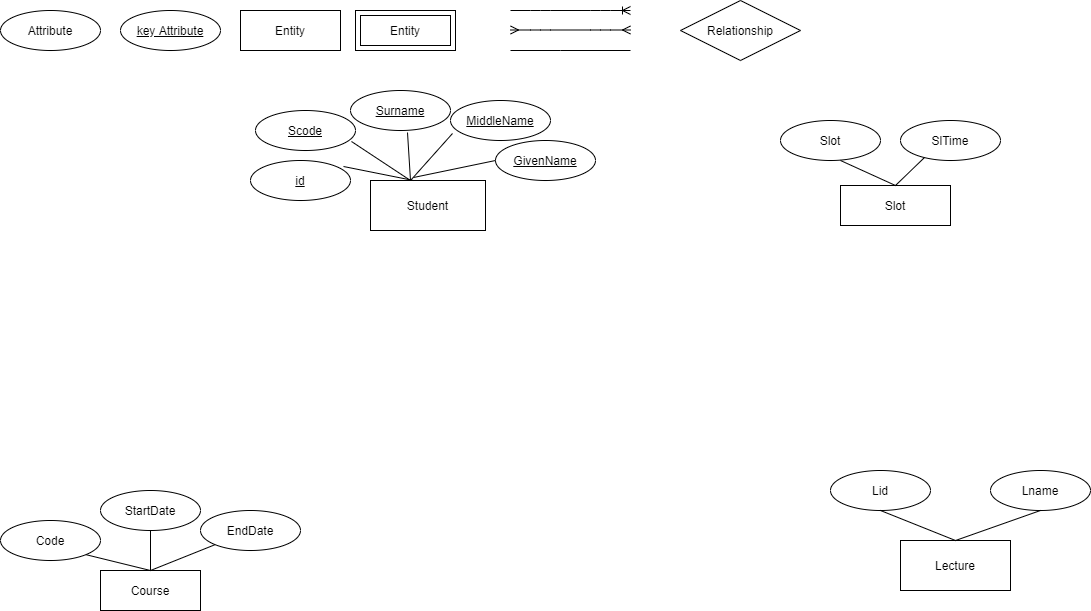
The draw.io diagram Entity Relationship Diagram.png in xtruong88/DBI202-MyAssignment, before a commit. Source tidied: cells renumbered, new cells last; positions are measured from the earlier drawing's top-left corner, leaving out a move shared by most shapes.
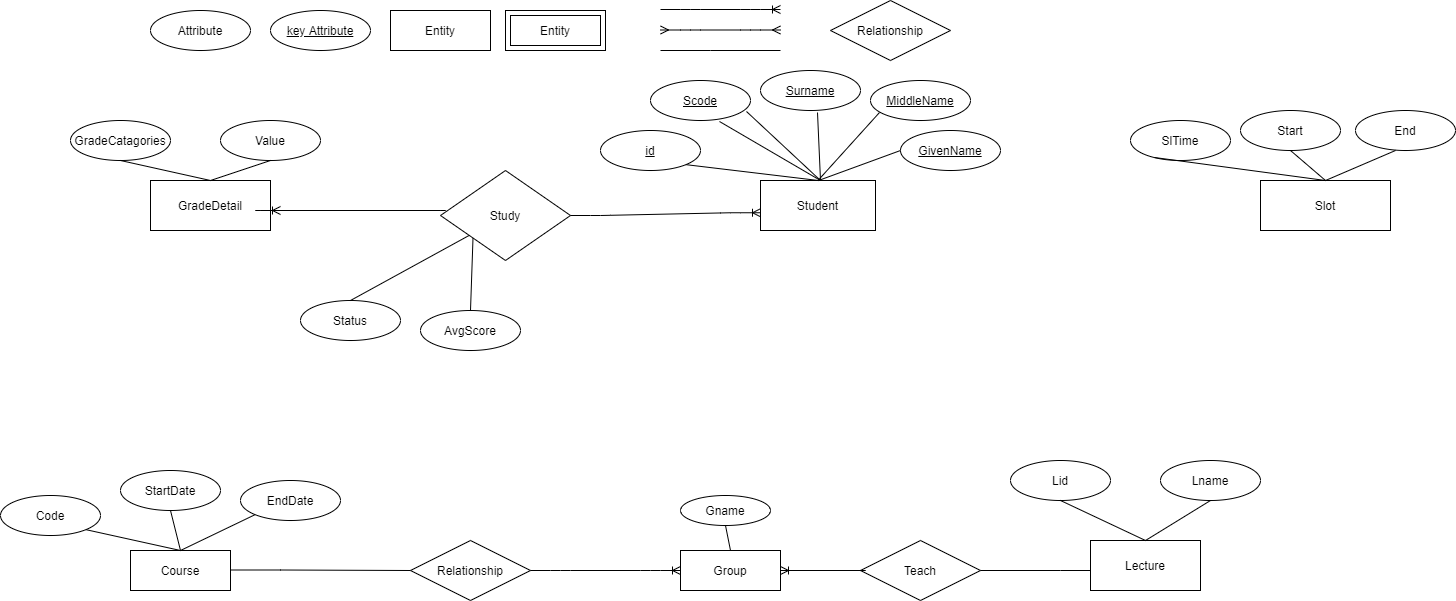
After the change.

Diff of the diagram source:
```diff
@@ -17,12 +17,6 @@
     <mxCell id="6" value="Relationship" style="shape=rhombus;perimeter=rhombusPerimeter;whiteSpace=wrap;html=1;align=center;" parent="1" vertex="1">
       <mxGeometry x="680" width="120" height="60" as="geometry" />
     </mxCell>
-    <mxCell id="7" style="edgeStyle=entityRelationEdgeStyle;fontSize=12;html=1;endArrow=ERoneToMany;" parent="1" edge="1">
-      <mxGeometry relative="1" as="geometry">
-        <mxPoint x="510" y="10" as="sourcePoint" />
-        <mxPoint x="630" y="10" as="targetPoint" />
-      </mxGeometry>
-    </mxCell>
     <mxCell id="8" style="edgeStyle=entityRelationEdgeStyle;fontSize=12;html=1;endArrow=ERmany;startArrow=ERmany;" parent="1" edge="1">
       <mxGeometry relative="1" as="geometry">
         <mxPoint x="510" y="29.5" as="sourcePoint" />
@@ -39,55 +33,59 @@
       </mxGeometry>
     </mxCell>
     <mxCell id="10" value="Student" style="whiteSpace=wrap;html=1;align=center;" parent="1" vertex="1">
-      <mxGeometry x="370" y="180" width="115" height="50" as="geometry" />
+      <mxGeometry x="610" y="180" width="115" height="50" as="geometry" />
     </mxCell>
     <mxCell id="11" value="id" style="ellipse;whiteSpace=wrap;html=1;align=center;fontStyle=4;" parent="1" vertex="1">
-      <mxGeometry x="250" y="160" width="100" height="40" as="geometry" />
+      <mxGeometry x="450" y="130" width="100" height="40" as="geometry" />
     </mxCell>
     <mxCell id="12" value="Surname" style="ellipse;whiteSpace=wrap;html=1;align=center;fontStyle=4;" parent="1" vertex="1">
-      <mxGeometry x="350" y="90" width="100" height="40" as="geometry" />
+      <mxGeometry x="610" y="70" width="100" height="40" as="geometry" />
     </mxCell>
     <mxCell id="13" value="MiddleName" style="ellipse;whiteSpace=wrap;html=1;align=center;fontStyle=4;" parent="1" vertex="1">
-      <mxGeometry x="450" y="100" width="100" height="40" as="geometry" />
+      <mxGeometry x="720" y="80" width="100" height="40" as="geometry" />
     </mxCell>
     <mxCell id="14" value="Scode" style="ellipse;whiteSpace=wrap;html=1;align=center;fontStyle=4;" parent="1" vertex="1">
-      <mxGeometry x="255" y="110" width="100" height="40" as="geometry" />
+      <mxGeometry x="500" y="80" width="100" height="40" as="geometry" />
     </mxCell>
     <mxCell id="15" value="GivenName" style="ellipse;whiteSpace=wrap;html=1;align=center;fontStyle=4;" parent="1" vertex="1">
-      <mxGeometry x="495" y="140" width="100" height="40" as="geometry" />
+      <mxGeometry x="750" y="130" width="100" height="40" as="geometry" />
     </mxCell>
     <mxCell id="16" style="endArrow=none;html=1;rounded=0;exitX=0.57;exitY=1.05;exitDx=0;exitDy=0;exitPerimeter=0;" parent="1" edge="1" source="12">
       <mxGeometry relative="1" as="geometry">
-        <mxPoint x="410" y="180" as="targetPoint" />
+        <mxPoint x="670" y="180" as="targetPoint" />
       </mxGeometry>
     </mxCell>
-    <mxCell id="17" style="endArrow=none;html=1;rounded=0;exitX=0.96;exitY=0.775;exitDx=0;exitDy=0;exitPerimeter=0;" parent="1" edge="1" source="14">
+    <mxCell id="17" style="endArrow=none;html=1;rounded=0;exitX=0.96;exitY=0.775;exitDx=0;exitDy=0;exitPerimeter=0;entryX=0.69;entryY=1.025;entryDx=0;entryDy=0;entryPerimeter=0;" parent="1" edge="1" source="14" target="14">
       <mxGeometry relative="1" as="geometry">
-        <mxPoint x="410" y="180" as="targetPoint" />
+        <Array as="points">
+          <mxPoint x="670" y="180" />
+        </Array>
       </mxGeometry>
     </mxCell>
-    <mxCell id="18" style="endArrow=none;html=1;rounded=0;exitX=0.93;exitY=0.15;exitDx=0;exitDy=0;entryX=0.374;entryY=0;entryDx=0;entryDy=0;entryPerimeter=0;exitPerimeter=0;" parent="1" edge="1" source="11" target="10">
-      <mxGeometry relative="1" as="geometry" />
+    <mxCell id="18" style="endArrow=none;html=1;rounded=0;exitX=1;exitY=1;exitDx=0;exitDy=0;" parent="1" edge="1" source="11">
+      <mxGeometry relative="1" as="geometry">
+        <mxPoint x="668" y="180" as="targetPoint" />
+      </mxGeometry>
     </mxCell>
-    <mxCell id="19" style="endArrow=none;html=1;rounded=0;exitX=0.02;exitY=0.825;exitDx=0;exitDy=0;exitPerimeter=0;" parent="1" edge="1" source="13">
-      <mxGeometry relative="1" as="geometry">
-        <mxPoint x="410" y="180" as="targetPoint" />
-      </mxGeometry>
+    <mxCell id="19" style="endArrow=none;html=1;rounded=0;exitX=0.09;exitY=0.8;exitDx=0;exitDy=0;exitPerimeter=0;entryX=0.5;entryY=0;entryDx=0;entryDy=0;" parent="1" edge="1" source="13" target="10">
+      <mxGeometry relative="1" as="geometry" />
     </mxCell>
-    <mxCell id="20" style="endArrow=none;html=1;rounded=0;entryX=0.374;entryY=-0.06;entryDx=0;entryDy=0;entryPerimeter=0;exitX=0;exitY=0.5;exitDx=0;exitDy=0;" parent="1" edge="1" source="15" target="10">
-      <mxGeometry relative="1" as="geometry" />
+    <mxCell id="20" style="endArrow=none;html=1;rounded=0;exitX=0;exitY=0.5;exitDx=0;exitDy=0;" parent="1" edge="1" source="15">
+      <mxGeometry relative="1" as="geometry">
+        <mxPoint x="668" y="180" as="targetPoint" />
+      </mxGeometry>
     </mxCell>
     <mxCell id="21" value="Course" style="whiteSpace=wrap;html=1;align=center;" parent="1" vertex="1">
-      <mxGeometry x="100" y="570" width="100" height="40" as="geometry" />
+      <mxGeometry x="-20" y="550" width="100" height="40" as="geometry" />
     </mxCell>
     <mxCell id="22" value="Code" style="ellipse;whiteSpace=wrap;html=1;align=center;" parent="1" vertex="1">
-      <mxGeometry y="520" width="100" height="40" as="geometry" />
+      <mxGeometry x="-150" y="495" width="100" height="40" as="geometry" />
     </mxCell>
     <mxCell id="23" value="EndDate" style="ellipse;whiteSpace=wrap;html=1;align=center;" parent="1" vertex="1">
-      <mxGeometry x="200" y="510" width="100" height="40" as="geometry" />
+      <mxGeometry x="90" y="480" width="100" height="40" as="geometry" />
     </mxCell>
     <mxCell id="24" value="StartDate" style="ellipse;whiteSpace=wrap;html=1;align=center;" parent="1" vertex="1">
-      <mxGeometry x="100" y="490" width="100" height="40" as="geometry" />
+      <mxGeometry x="-30" y="470" width="100" height="40" as="geometry" />
     </mxCell>
     <mxCell id="25" style="endArrow=none;html=1;rounded=0;entryX=0.5;entryY=0;entryDx=0;entryDy=0;exitX=1;exitY=1;exitDx=0;exitDy=0;" parent="1" edge="1" source="22" target="21">
       <mxGeometry relative="1" as="geometry" />
@@ -99,30 +97,28 @@
       <mxGeometry relative="1" as="geometry" />
     </mxCell>
     <mxCell id="28" value="Slot" style="whiteSpace=wrap;html=1;align=center;" parent="1" vertex="1">
-      <mxGeometry x="840" y="185" width="110" height="40" as="geometry" />
+      <mxGeometry x="1110" y="180" width="130" height="50" as="geometry" />
     </mxCell>
-    <mxCell id="29" value="Slot" style="ellipse;whiteSpace=wrap;html=1;align=center;" parent="1" vertex="1">
-      <mxGeometry x="780" y="120" width="100" height="40" as="geometry" />
+    <mxCell id="29" value="Start" style="ellipse;whiteSpace=wrap;html=1;align=center;" parent="1" vertex="1">
+      <mxGeometry x="1090" y="110" width="100" height="40" as="geometry" />
     </mxCell>
     <mxCell id="30" value="SlTime" style="ellipse;whiteSpace=wrap;html=1;align=center;" parent="1" vertex="1">
-      <mxGeometry x="900" y="120" width="100" height="40" as="geometry" />
+      <mxGeometry x="980" y="120" width="100" height="40" as="geometry" />
     </mxCell>
-    <mxCell id="31" style="endArrow=none;html=1;rounded=0;entryX=0.5;entryY=0;entryDx=0;entryDy=0;" parent="1" edge="1" target="28">
-      <mxGeometry relative="1" as="geometry">
-        <mxPoint x="840" y="160" as="sourcePoint" />
-      </mxGeometry>
+    <mxCell id="31" style="endArrow=none;html=1;rounded=0;entryX=0.5;entryY=0;entryDx=0;entryDy=0;exitX=0.5;exitY=1;exitDx=0;exitDy=0;" parent="1" edge="1" source="29" target="28">
+      <mxGeometry relative="1" as="geometry" />
     </mxCell>
     <mxCell id="32" style="endArrow=none;html=1;rounded=0;exitX=0.24;exitY=0.925;exitDx=0;exitDy=0;entryX=0.5;entryY=0;entryDx=0;entryDy=0;exitPerimeter=0;" parent="1" edge="1" source="30" target="28">
       <mxGeometry relative="1" as="geometry" />
     </mxCell>
     <mxCell id="33" value="Lecture" style="whiteSpace=wrap;html=1;align=center;" parent="1" vertex="1">
-      <mxGeometry x="900" y="540" width="110" height="50" as="geometry" />
+      <mxGeometry x="940" y="540" width="110" height="50" as="geometry" />
     </mxCell>
     <mxCell id="34" value="Lid" style="ellipse;whiteSpace=wrap;html=1;align=center;" parent="1" vertex="1">
-      <mxGeometry x="830" y="470" width="100" height="40" as="geometry" />
+      <mxGeometry x="860" y="460" width="100" height="40" as="geometry" />
     </mxCell>
     <mxCell id="35" value="Lname" style="ellipse;whiteSpace=wrap;html=1;align=center;" parent="1" vertex="1">
-      <mxGeometry x="990" y="470" width="100" height="40" as="geometry" />
+      <mxGeometry x="1010" y="460" width="100" height="40" as="geometry" />
     </mxCell>
     <mxCell id="36" style="endArrow=none;html=1;rounded=0;entryX=0.5;entryY=0;entryDx=0;entryDy=0;exitX=0.5;exitY=1;exitDx=0;exitDy=0;" parent="1" edge="1" source="34" target="33">
       <mxGeometry relative="1" as="geometry" />
@@ -130,5 +126,99 @@
     <mxCell id="37" style="endArrow=none;html=1;rounded=0;exitX=0.5;exitY=1;exitDx=0;exitDy=0;entryX=0.5;entryY=0;entryDx=0;entryDy=0;" parent="1" edge="1" source="35" target="33">
       <mxGeometry relative="1" as="geometry" />
     </mxCell>
+    <mxCell id="38" value="End" style="ellipse;whiteSpace=wrap;html=1;align=center;" parent="1" vertex="1">
+      <mxGeometry x="1205" y="110" width="100" height="40" as="geometry" />
+    </mxCell>
+    <mxCell id="39" style="endArrow=none;html=1;rounded=0;entryX=0.4;entryY=1;entryDx=0;entryDy=0;entryPerimeter=0;exitX=0.5;exitY=0;exitDx=0;exitDy=0;" parent="1" edge="1" source="28" target="38">
+      <mxGeometry relative="1" as="geometry" />
+    </mxCell>
+    <mxCell id="40" value="GradeDetail" style="whiteSpace=wrap;html=1;align=center;" parent="1" vertex="1">
+      <mxGeometry y="180" width="120" height="50" as="geometry" />
+    </mxCell>
+    <mxCell id="41" value="GradeCatagories" style="ellipse;whiteSpace=wrap;html=1;align=center;" parent="1" vertex="1">
+      <mxGeometry x="-80" y="120" width="100" height="40" as="geometry" />
+    </mxCell>
+    <mxCell id="42" value="Value" style="ellipse;whiteSpace=wrap;html=1;align=center;" parent="1" vertex="1">
+      <mxGeometry x="70" y="120" width="100" height="40" as="geometry" />
+    </mxCell>
+    <mxCell id="43" style="endArrow=none;html=1;rounded=0;entryX=0.5;entryY=0;entryDx=0;entryDy=0;" parent="1" edge="1" target="40">
+      <mxGeometry relative="1" as="geometry">
+        <mxPoint x="-30" y="160" as="sourcePoint" />
+      </mxGeometry>
+    </mxCell>
+    <mxCell id="44" style="endArrow=none;html=1;rounded=0;exitX=0.5;exitY=1;exitDx=0;exitDy=0;entryX=0.5;entryY=0;entryDx=0;entryDy=0;" parent="1" edge="1" source="42" target="40">
+      <mxGeometry relative="1" as="geometry" />
+    </mxCell>
+    <mxCell id="45" value="Group" style="whiteSpace=wrap;html=1;align=center;" parent="1" vertex="1">
+      <mxGeometry x="530" y="550" width="100" height="40" as="geometry" />
+    </mxCell>
+    <mxCell id="46" value="Gname" style="ellipse;whiteSpace=wrap;html=1;align=center;" parent="1" vertex="1">
+      <mxGeometry x="530" y="495" width="90" height="30" as="geometry" />
+    </mxCell>
+    <mxCell id="47" style="endArrow=none;html=1;rounded=0;entryX=0.5;entryY=0;entryDx=0;entryDy=0;exitX=0.5;exitY=1;exitDx=0;exitDy=0;" parent="1" edge="1" source="46" target="45">
+      <mxGeometry relative="1" as="geometry" />
+    </mxCell>
+    <mxCell id="48" value="Study" style="shape=rhombus;perimeter=rhombusPerimeter;whiteSpace=wrap;html=1;align=center;" parent="1" vertex="1">
+      <mxGeometry x="290" y="170" width="130" height="90" as="geometry" />
+    </mxCell>
+    <mxCell id="49" value="Status" style="ellipse;whiteSpace=wrap;html=1;align=center;" parent="1" vertex="1">
+      <mxGeometry x="150" y="300" width="100" height="40" as="geometry" />
+    </mxCell>
+    <mxCell id="50" value="AvgScore" style="ellipse;whiteSpace=wrap;html=1;align=center;" parent="1" vertex="1">
+      <mxGeometry x="270" y="310" width="100" height="40" as="geometry" />
+    </mxCell>
+    <mxCell id="51" style="edgeStyle=entityRelationEdgeStyle;fontSize=12;html=1;endArrow=ERoneToMany;exitX=1;exitY=0.5;exitDx=0;exitDy=0;" parent="1" edge="1" source="48">
+      <mxGeometry relative="1" as="geometry">
+        <mxPoint x="610" y="212.2" as="targetPoint" />
+      </mxGeometry>
+    </mxCell>
+    <mxCell id="52" style="endArrow=none;html=1;rounded=0;entryX=0.5;entryY=0;entryDx=0;entryDy=0;" parent="1" edge="1" source="48" target="49">
+      <mxGeometry relative="1" as="geometry" />
+    </mxCell>
+    <mxCell id="53" style="endArrow=none;html=1;rounded=0;entryX=0.5;entryY=0;entryDx=0;entryDy=0;exitX=0;exitY=1;exitDx=0;exitDy=0;" parent="1" edge="1" source="48" target="50">
+      <mxGeometry relative="1" as="geometry" />
+    </mxCell>
+    <mxCell id="54" style="edgeStyle=entityRelationEdgeStyle;fontSize=12;html=1;endArrow=ERoneToMany;" parent="1" edge="1">
+      <mxGeometry relative="1" as="geometry">
+        <mxPoint x="270" y="210" as="sourcePoint" />
+        <mxPoint x="130" y="210" as="targetPoint" />
+      </mxGeometry>
+    </mxCell>
+    <mxCell id="55" value="Relationship" style="shape=rhombus;perimeter=rhombusPerimeter;whiteSpace=wrap;html=1;align=center;" parent="1" vertex="1">
+      <mxGeometry x="260" y="540" width="120" height="60" as="geometry" />
+    </mxCell>
+    <mxCell id="56" style="edgeStyle=entityRelationEdgeStyle;fontSize=12;html=1;endArrow=ERoneToMany;exitX=1;exitY=0.5;exitDx=0;exitDy=0;entryX=0;entryY=0.5;entryDx=0;entryDy=0;" parent="1" edge="1" source="55" target="45">
+      <mxGeometry relative="1" as="geometry" />
+    </mxCell>
+    <mxCell id="57" style="edgeStyle=entityRelationEdgeStyle;fontSize=12;html=1;endArrow=ERoneToMany;" parent="1" edge="1">
+      <mxGeometry relative="1" as="geometry">
+        <mxPoint x="510" y="9" as="sourcePoint" />
+        <mxPoint x="630" y="9" as="targetPoint" />
+      </mxGeometry>
+    </mxCell>
+    <mxCell id="58" style="endArrow=none;html=1;rounded=0;entryX=0;entryY=0.5;entryDx=0;entryDy=0;" parent="1" edge="1" target="55">
+      <mxGeometry relative="1" as="geometry">
+        <mxPoint x="80" y="569.5" as="sourcePoint" />
+        <Array as="points">
+          <mxPoint x="130" y="569.5" />
+        </Array>
+      </mxGeometry>
+    </mxCell>
+    <mxCell id="59" value="Teach" style="shape=rhombus;perimeter=rhombusPerimeter;whiteSpace=wrap;html=1;align=center;" parent="1" vertex="1">
+      <mxGeometry x="710" y="540" width="120" height="60" as="geometry" />
+    </mxCell>
+    <mxCell id="60" style="edgeStyle=entityRelationEdgeStyle;fontSize=12;html=1;endArrow=ERoneToMany;entryX=1;entryY=0.5;entryDx=0;entryDy=0;" parent="1" edge="1" target="45">
+      <mxGeometry relative="1" as="geometry">
+        <mxPoint x="690" y="570" as="sourcePoint" />
+      </mxGeometry>
+    </mxCell>
+    <mxCell id="61" style="endArrow=none;html=1;rounded=0;exitX=1;exitY=0.5;exitDx=0;exitDy=0;" parent="1" edge="1" source="59">
+      <mxGeometry relative="1" as="geometry">
+        <mxPoint x="940" y="570" as="targetPoint" />
+        <Array as="points">
+          <mxPoint x="910" y="570" />
+        </Array>
+      </mxGeometry>
+    </mxCell>
   </root>
 </mxGraphModel>
```
